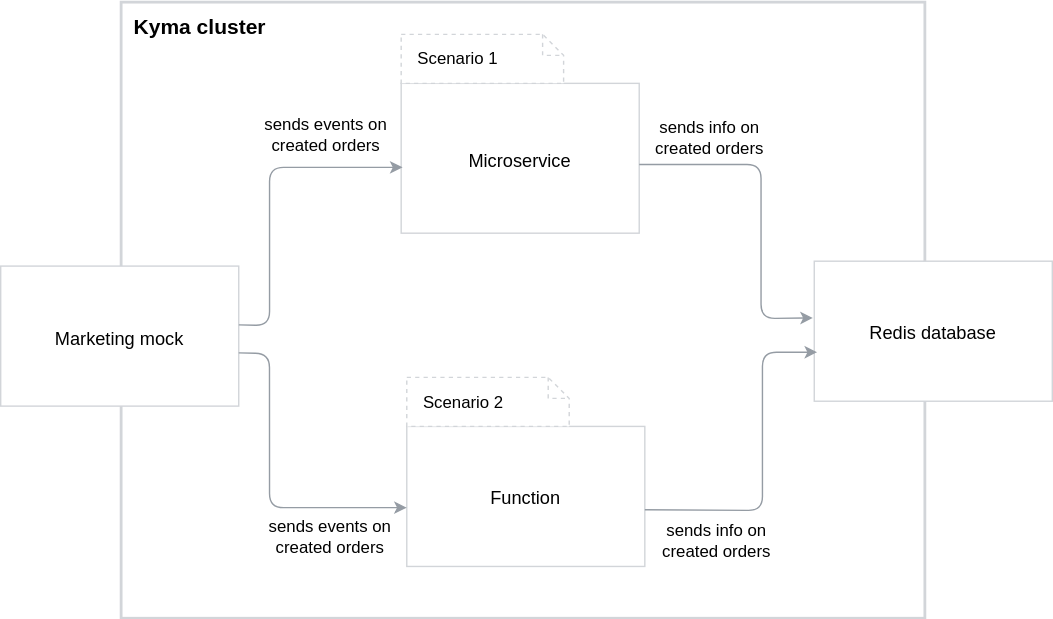
kyma-project/kyma keeps this draw.io diagram as docs/getting-started/assets/order-flow.svg. Above is the earlier version. Source tidied: cells renumbered, new cells last; positions are measured from the earlier drawing's top-left corner, leaving out a move shared by most shapes.
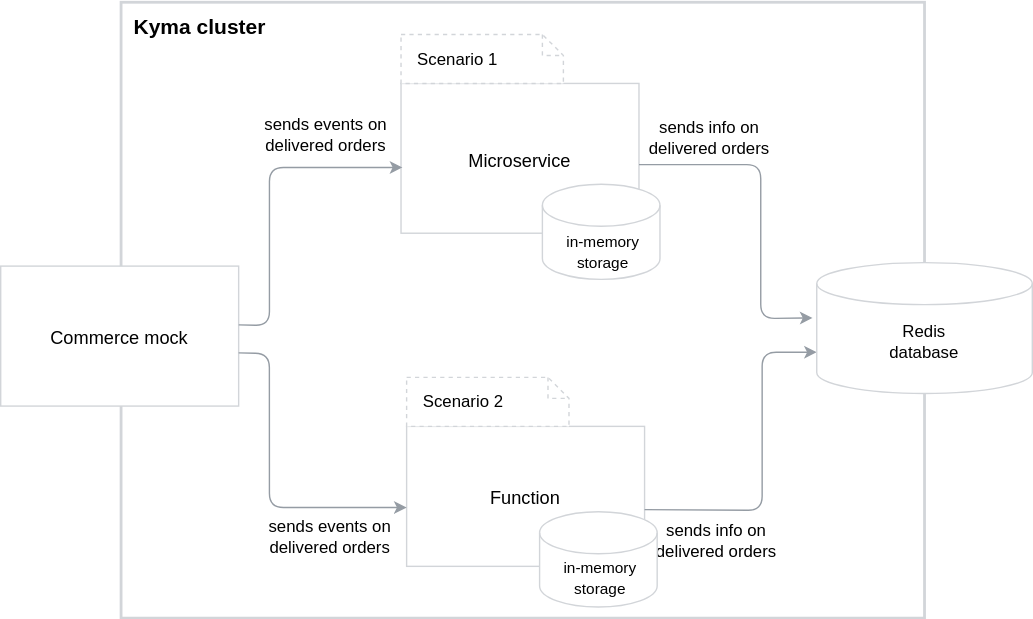
After the commit.

Change to the diagram source:
```diff
@@ -11,10 +11,7 @@
     <mxCell id="4" value="&lt;font style=&quot;font-size: 13px&quot;&gt;Function&lt;br&gt;&lt;/font&gt;" style="rounded=0;whiteSpace=wrap;html=1;labelBackgroundColor=none;strokeColor=#D2D5D9;strokeWidth=1;fillColor=#FFFFFF;gradientColor=none;fontFamily=Helvetica;fontSize=15;fontColor=#000000;" parent="1" vertex="1">
       <mxGeometry x="290" y="303" width="170" height="100" as="geometry" />
     </mxCell>
-    <mxCell id="5" value="&lt;font style=&quot;font-size: 13px&quot;&gt;Redis database&lt;br&gt;&lt;/font&gt;" style="rounded=0;whiteSpace=wrap;html=1;labelBackgroundColor=none;strokeColor=#D2D5D9;strokeWidth=1;fillColor=#FFFFFF;gradientColor=none;fontFamily=Helvetica;fontSize=15;fontColor=#000000;" parent="1" vertex="1">
-      <mxGeometry x="581" y="185" width="170" height="100" as="geometry" />
-    </mxCell>
-    <mxCell id="6" value="&lt;font style=&quot;font-size: 13px&quot;&gt;Marketing mock&lt;br&gt;&lt;/font&gt;" style="rounded=0;whiteSpace=wrap;html=1;labelBackgroundColor=none;strokeColor=#D2D5D9;strokeWidth=1;fillColor=#FFFFFF;gradientColor=none;fontFamily=Helvetica;fontSize=15;fontColor=#000000;" parent="1" vertex="1">
+    <mxCell id="6" value="&lt;font style=&quot;font-size: 13px&quot;&gt;Commerce mock&lt;br&gt;&lt;/font&gt;" style="rounded=0;whiteSpace=wrap;html=1;labelBackgroundColor=none;strokeColor=#D2D5D9;strokeWidth=1;fillColor=#FFFFFF;gradientColor=none;fontFamily=Helvetica;fontSize=15;fontColor=#000000;" parent="1" vertex="1">
       <mxGeometry y="188.5" width="170" height="100" as="geometry" />
     </mxCell>
     <mxCell id="7" value="&lt;b&gt;Kyma cluster&lt;/b&gt;" style="text;html=1;strokeColor=none;fillColor=none;align=center;verticalAlign=middle;whiteSpace=wrap;rounded=0;labelBackgroundColor=none;fontFamily=Helvetica;fontSize=15;fontColor=#000000;" parent="1" vertex="1">
@@ -39,9 +36,10 @@
         </Array>
       </mxGeometry>
     </mxCell>
-    <mxCell id="10" style="endArrow=classic;html=1;strokeColor=#959CA4;strokeWidth=1;fontFamily=Helvetica;fontSize=15;fontColor=#000000;exitX=1.018;exitY=0.42;exitDx=0;exitDy=0;exitPerimeter=0;entryX=0.012;entryY=0.65;entryDx=0;entryDy=0;entryPerimeter=0;" parent="1" edge="1" target="5">
+    <mxCell id="10" style="endArrow=classic;html=1;strokeColor=#959CA4;strokeWidth=1;fontFamily=Helvetica;fontSize=15;fontColor=#000000;exitX=1.018;exitY=0.42;exitDx=0;exitDy=0;exitPerimeter=0;entryX=0.012;entryY=0.65;entryDx=0;entryDy=0;entryPerimeter=0;" parent="1" edge="1">
       <mxGeometry relative="1" as="geometry">
         <mxPoint x="460" y="362.5" as="sourcePoint" />
+        <mxPoint x="583" y="250" as="targetPoint" />
         <Array as="points">
           <mxPoint x="544" y="363" />
           <mxPoint x="544" y="250" />
@@ -58,16 +56,16 @@
         </Array>
       </mxGeometry>
     </mxCell>
-    <mxCell id="12" value="sends events on created orders" style="text;html=1;strokeColor=none;fillColor=none;align=center;verticalAlign=middle;whiteSpace=wrap;rounded=0;" parent="1" vertex="1">
+    <mxCell id="12" value="sends events on delivered orders" style="text;html=1;strokeColor=none;fillColor=none;align=center;verticalAlign=middle;whiteSpace=wrap;rounded=0;" parent="1" vertex="1">
       <mxGeometry x="184.5" y="89" width="95" height="11" as="geometry" />
     </mxCell>
-    <mxCell id="13" value="sends events on created orders" style="text;html=1;strokeColor=none;fillColor=none;align=center;verticalAlign=middle;whiteSpace=wrap;rounded=0;" parent="1" vertex="1">
+    <mxCell id="13" value="sends events on delivered&amp;nbsp;orders" style="text;html=1;strokeColor=none;fillColor=none;align=center;verticalAlign=middle;whiteSpace=wrap;rounded=0;" parent="1" vertex="1">
       <mxGeometry x="188" y="376" width="95" height="11" as="geometry" />
     </mxCell>
-    <mxCell id="14" value="sends info on created orders" style="text;html=1;strokeColor=none;fillColor=none;align=center;verticalAlign=middle;whiteSpace=wrap;rounded=0;" parent="1" vertex="1">
+    <mxCell id="14" value="sends info on delivered&amp;nbsp;orders" style="text;html=1;strokeColor=none;fillColor=none;align=center;verticalAlign=middle;whiteSpace=wrap;rounded=0;" parent="1" vertex="1">
       <mxGeometry x="459" y="91" width="95" height="11" as="geometry" />
     </mxCell>
-    <mxCell id="15" value="sends info on created orders" style="text;html=1;strokeColor=none;fillColor=none;align=center;verticalAlign=middle;whiteSpace=wrap;rounded=0;" parent="1" vertex="1">
+    <mxCell id="15" value="sends info on delivered&amp;nbsp;orders" style="text;html=1;strokeColor=none;fillColor=none;align=center;verticalAlign=middle;whiteSpace=wrap;rounded=0;" parent="1" vertex="1">
       <mxGeometry x="464" y="379" width="95" height="11" as="geometry" />
     </mxCell>
     <mxCell id="16" value="Scenario 2" style="shape=note;size=15;align=left;spacingLeft=10;html=1;whiteSpace=wrap;strokeColor=#D2D5D9;dashed=1;" parent="1" vertex="1">
@@ -76,5 +74,23 @@
     <mxCell id="17" value="Scenario 1" style="shape=note;size=15;align=left;spacingLeft=10;html=1;whiteSpace=wrap;strokeColor=#D2D5D9;dashed=1;" parent="1" vertex="1">
       <mxGeometry x="286" y="23" width="116" height="35" as="geometry" />
     </mxCell>
+    <mxCell id="18" value="&lt;span style=&quot;font-size: 13px&quot;&gt;&lt;br&gt;&lt;br&gt;&lt;/span&gt;" style="shape=cylinder2;whiteSpace=wrap;html=1;boundedLbl=1;backgroundOutline=1;size=15;strokeColor=#D2D5D9;" parent="1" vertex="1">
+      <mxGeometry x="583" y="186" width="154" height="93.5" as="geometry" />
+    </mxCell>
+    <mxCell id="19" style="shape=cylinder2;whiteSpace=wrap;html=1;boundedLbl=1;backgroundOutline=1;size=15;strokeColor=#D2D5D9;" parent="1" vertex="1">
+      <mxGeometry x="385" y="364" width="84" height="68" as="geometry" />
+    </mxCell>
+    <mxCell id="20" value="&lt;font style=&quot;font-size: 11px&quot;&gt;in-memory storage&lt;/font&gt;" style="text;html=1;strokeColor=none;fillColor=none;align=center;verticalAlign=middle;whiteSpace=wrap;rounded=0;" parent="1" vertex="1">
+      <mxGeometry x="396.8" y="399" width="62.5" height="24" as="geometry" />
+    </mxCell>
+    <mxCell id="5" value="&lt;font style=&quot;font-size: 12px&quot;&gt;Redis&lt;br&gt;database&lt;/font&gt;" style="text;html=1;strokeColor=none;fillColor=none;align=center;verticalAlign=middle;whiteSpace=wrap;rounded=0;" parent="1" vertex="1">
+      <mxGeometry x="630.2" y="233" width="59.5" height="20" as="geometry" />
+    </mxCell>
+    <mxCell id="21" style="shape=cylinder2;whiteSpace=wrap;html=1;boundedLbl=1;backgroundOutline=1;size=15;strokeColor=#D2D5D9;" parent="1" vertex="1">
+      <mxGeometry x="387" y="130" width="84" height="68" as="geometry" />
+    </mxCell>
+    <mxCell id="22" value="&lt;font style=&quot;font-size: 11px&quot;&gt;in-memory storage&lt;/font&gt;" style="text;html=1;strokeColor=none;fillColor=none;align=center;verticalAlign=middle;whiteSpace=wrap;rounded=0;" parent="1" vertex="1">
+      <mxGeometry x="398.5" y="166" width="62.5" height="24" as="geometry" />
+    </mxCell>
   </root>
 </mxGraphModel>
```
